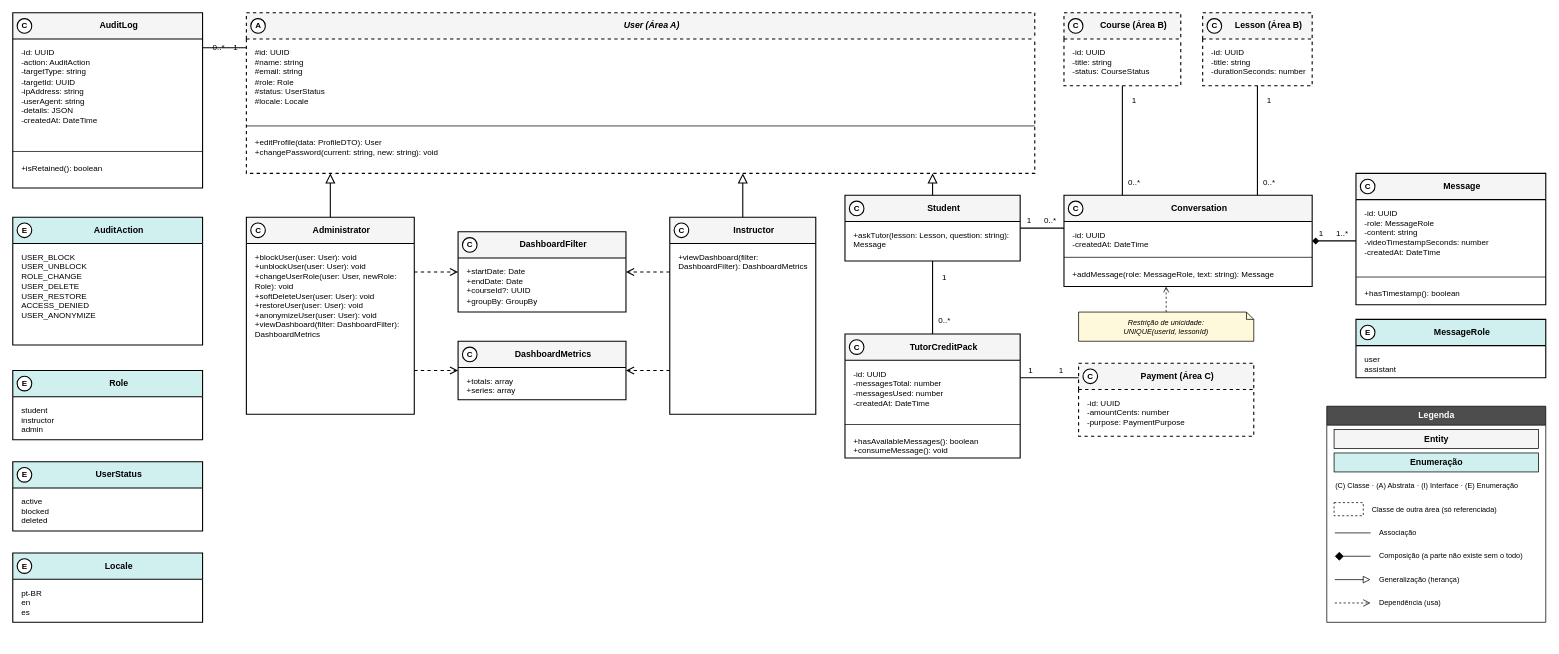
This is especificacao/diagramas/13-classes-area-d-negocial.drawio from Plataforma-de-Cursos-TCC/plataforma-cursos-docs, a draw.io file, before an edit. Source tidied: cells renumbered, new cells numbered last; positions are measured from the earlier drawing's top-left corner, leaving out a move shared by most shapes. Both pictures are drawn from the tidied source at 73%, with x=0, y=0 at pixel (12, 12).
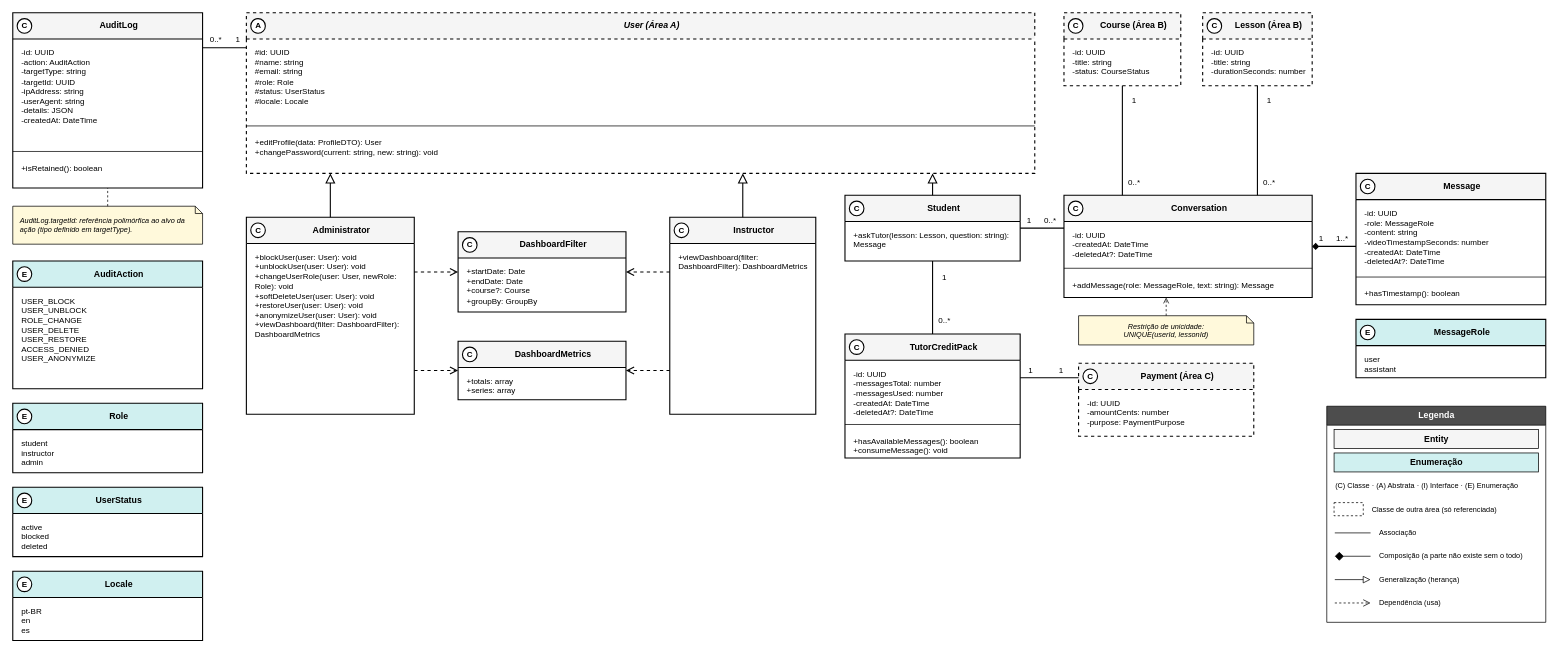
The same diagram, later.

Unchanged cells that the change refers to:
```xml
<mxCell id="10" value="&lt;b&gt;Student&lt;/b&gt;" style="swimlane;html=1;fontStyle=0;align=center;verticalAlign=middle;startSize=36;swimlaneFillColor=#FFFFFF;strokeColor=#000000;strokeWidth=1.5;fontFamily=Helvetica;fontSize=12;fontColor=#000000;rounded=0;spacingLeft=30;fillColor=#F5F5F5;" parent="1" vertex="1">
  <mxGeometry x="1140" y="250" width="240" height="90" as="geometry" />
</mxCell>
<mxCell id="22" value="&lt;b&gt;Message&lt;/b&gt;" style="swimlane;html=1;fontStyle=0;align=center;verticalAlign=middle;startSize=36;swimlaneFillColor=#FFFFFF;strokeColor=#000000;strokeWidth=1.5;fontFamily=Helvetica;fontSize=12;fontColor=#000000;rounded=0;spacingLeft=30;fillColor=#F5F5F5;" parent="1" vertex="1">
  <mxGeometry x="1840" y="220" width="260" height="180" as="geometry" />
</mxCell>
<mxCell id="26" value="&lt;b&gt;TutorCreditPack&lt;/b&gt;" style="swimlane;html=1;fontStyle=0;align=center;verticalAlign=middle;startSize=36;swimlaneFillColor=#FFFFFF;strokeColor=#000000;strokeWidth=1.5;fontFamily=Helvetica;fontSize=12;fontColor=#000000;rounded=0;spacingLeft=30;fillColor=#F5F5F5;" parent="1" vertex="1">
  <mxGeometry x="1140" y="440" width="240" height="170" as="geometry" />
</mxCell>
<mxCell id="32" value="&lt;b&gt;AuditLog&lt;/b&gt;" style="swimlane;html=1;fontStyle=0;align=center;verticalAlign=middle;startSize=36;swimlaneFillColor=#FFFFFF;strokeColor=#000000;strokeWidth=1.5;fontFamily=Helvetica;fontSize=12;fontColor=#000000;rounded=0;spacingLeft=30;fillColor=#F5F5F5;" parent="1" vertex="1">
  <mxGeometry width="260" height="240" as="geometry" />
</mxCell>
<mxCell id="70" value="&lt;b&gt;DashboardFilter&lt;/b&gt;" style="swimlane;html=1;fontStyle=0;align=center;verticalAlign=middle;startSize=36;swimlaneFillColor=#FFFFFF;strokeColor=#000000;strokeWidth=1.5;fontFamily=Helvetica;fontSize=12;fontColor=#000000;rounded=0;spacingLeft=30;fillColor=#F5F5F5;" parent="1" vertex="1">
  <mxGeometry x="610" y="300" width="230" height="110" as="geometry" />
</mxCell>
```

Diff of the diagram source:
```diff
@@
     <mxCell id="16" value="&lt;b&gt;Conversation&lt;/b&gt;" style="swimlane;html=1;fontStyle=0;align=center;verticalAlign=middle;startSize=36;swimlaneFillColor=#FFFFFF;strokeColor=#000000;strokeWidth=1.5;fontFamily=Helvetica;fontSize=12;fontColor=#000000;rounded=0;spacingLeft=30;fillColor=#F5F5F5;" parent="1" vertex="1">
-      <mxGeometry x="1440" y="250" width="340" height="125" as="geometry" />
+      <mxGeometry x="1440" y="250" width="340" height="140" as="geometry" />
     </mxCell>
-    <mxCell id="17" value="-id: UUID&lt;br&gt;-createdAt: DateTime" style="text;html=1;align=left;verticalAlign=top;spacingLeft=10;spacingRight=8;spacingTop=6;fontSize=11;fontFamily=Helvetica;fontColor=#000000;strokeColor=none;fillColor=none;whiteSpace=wrap;" parent="16" vertex="1">
-      <mxGeometry y="36" width="340" height="45" as="geometry" />
+    <mxCell id="17" value="-id: UUID&lt;br&gt;-createdAt: DateTime&lt;br&gt;-deletedAt?: DateTime" style="text;html=1;align=left;verticalAlign=top;spacingLeft=10;spacingRight=8;spacingTop=6;fontSize=11;fontFamily=Helvetica;fontColor=#000000;strokeColor=none;fillColor=none;whiteSpace=wrap;" parent="16" vertex="1">
+      <mxGeometry y="36" width="340" height="60" as="geometry" />
     </mxCell>
     <mxCell id="18" style="line;strokeWidth=1;fillColor=none;align=left;verticalAlign=middle;strokeColor=#000000;" parent="16" vertex="1">
-      <mxGeometry y="81" width="340" height="8" as="geometry" />
+      <mxGeometry y="96" width="340" height="8" as="geometry" />
     </mxCell>
     <mxCell id="19" value="+addMessage(role: MessageRole, text: string): Message" style="text;html=1;align=left;verticalAlign=top;spacingLeft=10;spacingRight=8;spacingTop=6;fontSize=11;fontFamily=Helvetica;fontColor=#000000;strokeColor=none;fillColor=none;whiteSpace=wrap;" parent="16" vertex="1">
-      <mxGeometry y="89" width="340" height="30" as="geometry" />
+      <mxGeometry y="104" width="340" height="30" as="geometry" />
     </mxCell>
     <mxCell id="20" value="&lt;i&gt;Restrição de unicidade:&lt;br&gt;UNIQUE(userId, lessonId)&lt;/i&gt;" style="shape=note;whiteSpace=wrap;html=1;size=10;verticalAlign=middle;align=center;fillColor=#FFF9DB;strokeColor=#000000;strokeWidth=1;fontFamily=Helvetica;fontSize=10;fontColor=#000000;" parent="1" vertex="1">
-      <mxGeometry x="1460" y="410" width="240" height="40" as="geometry" />
+      <mxGeometry x="1460" y="415" width="240" height="40" as="geometry" />
     </mxCell>
@@
-    <mxCell id="23" value="-id: UUID&lt;br&gt;-role: MessageRole&lt;br&gt;-content: string&lt;br&gt;-videoTimestampSeconds: number&lt;br&gt;-createdAt: DateTime" style="text;html=1;align=left;verticalAlign=top;spacingLeft=10;spacingRight=8;spacingTop=6;fontSize=11;fontFamily=Helvetica;fontColor=#000000;strokeColor=none;fillColor=none;whiteSpace=wrap;" parent="22" vertex="1">
+    <mxCell id="23" value="-id: UUID&lt;br&gt;-role: MessageRole&lt;br&gt;-content: string&lt;br&gt;-videoTimestampSeconds: number&lt;br&gt;-createdAt: DateTime&lt;br&gt;-deletedAt?: DateTime" style="text;html=1;align=left;verticalAlign=top;spacingLeft=10;spacingRight=8;spacingTop=6;fontSize=11;fontFamily=Helvetica;fontColor=#000000;strokeColor=none;fillColor=none;whiteSpace=wrap;" parent="22" vertex="1">
       <mxGeometry y="36" width="260" height="102" as="geometry" />
     </mxCell>
@@
-    <mxCell id="27" value="-id: UUID&lt;br&gt;-messagesTotal: number&lt;br&gt;-messagesUsed: number&lt;br&gt;-createdAt: DateTime" style="text;html=1;align=left;verticalAlign=top;spacingLeft=10;spacingRight=8;spacingTop=6;fontSize=11;fontFamily=Helvetica;fontColor=#000000;strokeColor=none;fillColor=none;whiteSpace=wrap;" parent="26" vertex="1">
+    <mxCell id="27" value="-id: UUID&lt;br&gt;-messagesTotal: number&lt;br&gt;-messagesUsed: number&lt;br&gt;-createdAt: DateTime&lt;br&gt;-deletedAt?: DateTime" style="text;html=1;align=left;verticalAlign=top;spacingLeft=10;spacingRight=8;spacingTop=6;fontSize=11;fontFamily=Helvetica;fontColor=#000000;strokeColor=none;fillColor=none;whiteSpace=wrap;" parent="26" vertex="1">
       <mxGeometry y="36" width="240" height="84" as="geometry" />
     </mxCell>
@@
+    <mxCell id="118" value="&lt;i&gt;AuditLog.targetId: referência polimórfica ao alvo da ação (tipo definido em targetType).&lt;/i&gt;" style="shape=note;whiteSpace=wrap;html=1;size=10;verticalAlign=middle;align=left;spacingLeft=8;spacingRight=8;fillColor=#FFF9DB;strokeColor=#000000;strokeWidth=1;fontFamily=Helvetica;fontSize=10;fontColor=#000000;" parent="1" vertex="1">
+      <mxGeometry y="265" width="260" height="52" as="geometry" />
+    </mxCell>
+    <mxCell id="119" style="edgeStyle=orthogonalEdgeStyle;rounded=0;dashed=1;html=1;strokeWidth=1;strokeColor=#000000;endArrow=none;exitX=0.5;exitY=0;exitDx=0;exitDy=0;entryX=0.5;entryY=1;entryDx=0;entryDy=0;" parent="1" edge="1" source="118" target="32">
+      <mxGeometry relative="1" as="geometry" />
+    </mxCell>
     <mxCell id="36" value="&lt;b&gt;Role&lt;/b&gt;" style="swimlane;html=1;fontStyle=0;align=center;verticalAlign=middle;startSize=36;swimlaneFillColor=#FFFFFF;strokeColor=#000000;strokeWidth=1.5;fontFamily=Helvetica;fontSize=12;fontColor=#000000;rounded=0;spacingLeft=30;fillColor=#D0F0F0;" parent="1" vertex="1">
-      <mxGeometry y="490" width="260" height="95" as="geometry" />
+      <mxGeometry y="535" width="260" height="95" as="geometry" />
     </mxCell>
@@
     <mxCell id="40" value="&lt;b&gt;AuditAction&lt;/b&gt;" style="swimlane;html=1;fontStyle=0;align=center;verticalAlign=middle;startSize=36;swimlaneFillColor=#FFFFFF;strokeColor=#000000;strokeWidth=1.5;fontFamily=Helvetica;fontSize=12;fontColor=#000000;rounded=0;spacingLeft=30;fillColor=#D0F0F0;" parent="1" vertex="1">
-      <mxGeometry y="280" width="260" height="175" as="geometry" />
+      <mxGeometry y="340" width="260" height="175" as="geometry" />
     </mxCell>
@@
     <mxCell id="46" value="1" style="text;html=1;align=center;verticalAlign=middle;fontSize=11;fontFamily=Helvetica;fontColor=#000000;" parent="1" vertex="1">
-      <mxGeometry x="295" y="38" width="20" height="20" as="geometry" />
+      <mxGeometry x="298" y="28" width="20" height="18" as="geometry" />
     </mxCell>
     <mxCell id="47" value="0..*" style="text;html=1;align=center;verticalAlign=middle;fontSize=11;fontFamily=Helvetica;fontColor=#000000;" parent="1" vertex="1">
-      <mxGeometry x="272" y="38" width="20" height="20" as="geometry" />
+      <mxGeometry x="264" y="28" width="28" height="18" as="geometry" />
     </mxCell>
-    <mxCell id="48" style="edgeStyle=orthogonalEdgeStyle;rounded=0;html=1;strokeColor=#000000;strokeWidth=1.5;fontFamily=Helvetica;fontSize=12;endArrow=none;exitX=1;exitY=0.5;exitDx=0;exitDy=0;entryX=0;entryY=0.36;entryDx=0;entryDy=0;" parent="1" edge="1" source="10" target="16">
+    <mxCell id="48" style="edgeStyle=orthogonalEdgeStyle;rounded=0;html=1;strokeColor=#000000;strokeWidth=1.5;fontFamily=Helvetica;fontSize=12;endArrow=none;exitX=1;exitY=0.5;exitDx=0;exitDy=0;entryX=0;entryY=0.321429;entryDx=0;entryDy=0;" parent="1" edge="1" source="10" target="16">
       <mxGeometry relative="1" as="geometry" />
     </mxCell>
@@
-    <mxCell id="60" style="edgeStyle=orthogonalEdgeStyle;rounded=0;jettySize=auto;html=1;strokeColor=#000000;strokeWidth=1.5;startArrow=diamond;startFill=1;endArrow=none;exitX=1;exitY=0.5;exitDx=0;exitDy=0;entryX=0;entryY=0.513889;entryDx=0;entryDy=0;" parent="1" edge="1" source="16" target="22">
+    <mxCell id="60" style="edgeStyle=orthogonalEdgeStyle;rounded=0;jettySize=auto;html=1;strokeColor=#000000;strokeWidth=1.5;startArrow=diamond;startFill=1;endArrow=none;exitX=1;exitY=0.5;exitDx=0;exitDy=0;entryX=0;entryY=0.555556;entryDx=0;entryDy=0;" parent="1" edge="1" source="16" target="22">
       <mxGeometry relative="1" as="geometry" />
     </mxCell>
     <mxCell id="61" value="1" style="text;html=1;align=center;verticalAlign=middle;fontSize=11;fontFamily=Helvetica;fontColor=#000000;" parent="1" vertex="1">
-      <mxGeometry x="1782" y="292" width="20" height="20" as="geometry" />
+      <mxGeometry x="1782" y="300" width="20" height="18" as="geometry" />
     </mxCell>
     <mxCell id="62" value="1..*" style="text;html=1;align=center;verticalAlign=middle;fontSize=11;fontFamily=Helvetica;fontColor=#000000;" parent="1" vertex="1">
-      <mxGeometry x="1806" y="292" width="30" height="20" as="geometry" />
+      <mxGeometry x="1806" y="300" width="30" height="18" as="geometry" />
     </mxCell>
@@
     <mxCell id="66" value="&lt;b&gt;UserStatus&lt;/b&gt;" style="swimlane;html=1;fontStyle=0;align=center;verticalAlign=middle;startSize=36;swimlaneFillColor=#FFFFFF;strokeColor=#000000;strokeWidth=1.5;fontFamily=Helvetica;fontSize=12;fontColor=#000000;rounded=0;spacingLeft=30;fillColor=#D0F0F0;" parent="1" vertex="1">
-      <mxGeometry y="615" width="260" height="95" as="geometry" />
+      <mxGeometry y="650" width="260" height="95" as="geometry" />
     </mxCell>
@@
     <mxCell id="68" value="&lt;b&gt;Locale&lt;/b&gt;" style="swimlane;html=1;fontStyle=0;align=center;verticalAlign=middle;startSize=36;swimlaneFillColor=#FFFFFF;strokeColor=#000000;strokeWidth=1.5;fontFamily=Helvetica;fontSize=12;fontColor=#000000;rounded=0;spacingLeft=30;fillColor=#D0F0F0;" parent="1" vertex="1">
-      <mxGeometry y="740" width="260" height="95" as="geometry" />
+      <mxGeometry y="765" width="260" height="95" as="geometry" />
     </mxCell>
@@
-    <mxCell id="71" value="+startDate: Date&lt;br&gt;+endDate: Date&lt;br&gt;+courseId?: UUID&lt;br&gt;+groupBy: GroupBy" style="text;html=1;align=left;verticalAlign=top;spacingLeft=10;spacingRight=8;spacingTop=6;fontSize=11;fontFamily=Helvetica;fontColor=#000000;strokeColor=none;fillColor=none;whiteSpace=wrap;" parent="70" vertex="1">
+    <mxCell id="71" value="+startDate: Date&lt;br&gt;+endDate: Date&lt;br&gt;+course?: Course&lt;br&gt;+groupBy: GroupBy" style="text;html=1;align=left;verticalAlign=top;spacingLeft=10;spacingRight=8;spacingTop=6;fontSize=11;fontFamily=Helvetica;fontColor=#000000;strokeColor=none;fillColor=none;whiteSpace=wrap;" parent="70" vertex="1">
       <mxGeometry y="36" width="230" height="74" as="geometry" />
     </mxCell>
@@
     <mxCell id="87" value="E" style="ellipse;html=1;fillColor=#FFFFFF;strokeColor=#000000;strokeWidth=1.5;fontFamily=Helvetica;fontSize=11;fontStyle=1;fontColor=#000000;" parent="1" vertex="1">
-      <mxGeometry x="6" y="498" width="20" height="20" as="geometry" />
+      <mxGeometry x="6" y="543" width="20" height="20" as="geometry" />
     </mxCell>
@@
     <mxCell id="89" value="E" style="ellipse;html=1;fillColor=#FFFFFF;strokeColor=#000000;strokeWidth=1.5;fontFamily=Helvetica;fontSize=11;fontStyle=1;fontColor=#000000;" parent="1" vertex="1">
-      <mxGeometry x="6" y="288" width="20" height="20" as="geometry" />
+      <mxGeometry x="6" y="348" width="20" height="20" as="geometry" />
     </mxCell>
     <mxCell id="90" value="E" style="ellipse;html=1;fillColor=#FFFFFF;strokeColor=#000000;strokeWidth=1.5;fontFamily=Helvetica;fontSize=11;fontStyle=1;fontColor=#000000;" parent="1" vertex="1">
-      <mxGeometry x="6" y="623" width="20" height="20" as="geometry" />
+      <mxGeometry x="6" y="658" width="20" height="20" as="geometry" />
     </mxCell>
     <mxCell id="91" value="E" style="ellipse;html=1;fillColor=#FFFFFF;strokeColor=#000000;strokeWidth=1.5;fontFamily=Helvetica;fontSize=11;fontStyle=1;fontColor=#000000;" parent="1" vertex="1">
-      <mxGeometry x="6" y="748" width="20" height="20" as="geometry" />
+      <mxGeometry x="6" y="773" width="20" height="20" as="geometry" />
     </mxCell>
```
